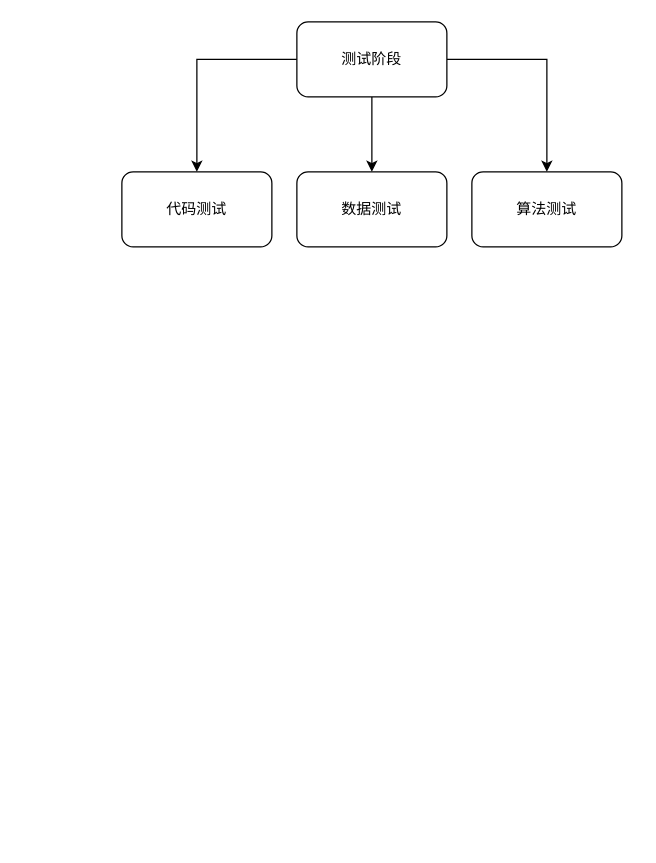
Earlier version of the draw.io diagram 惠工云.drawio (zhanghuangkai/zhk-1999). Source tidied: cells renumbered, new cells numbered last; positions are measured from the earlier drawing's top-left corner, leaving out a move shared by most shapes. Both pictures are drawn from the tidied source at 125%, with x=0, y=0 at pixel (121, 21).
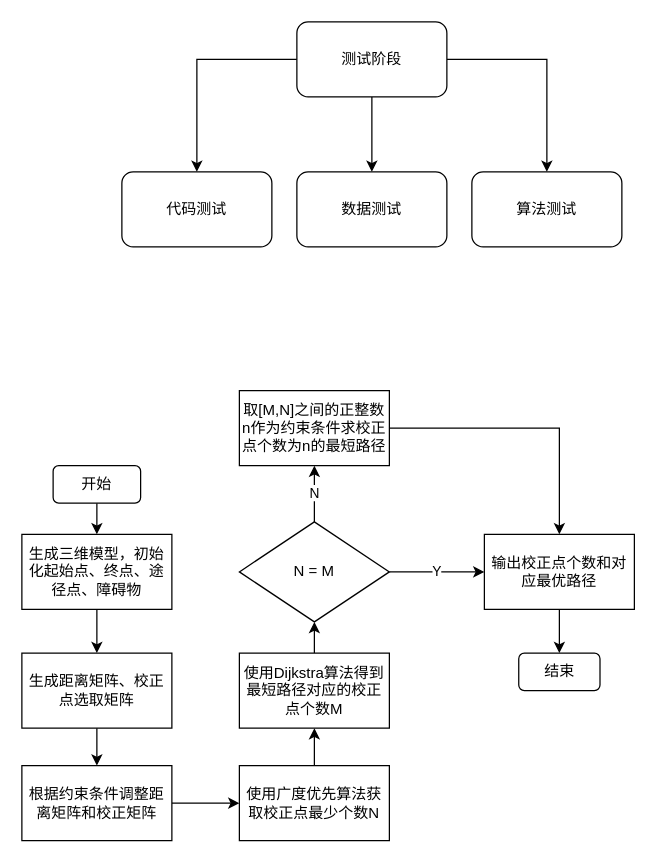
Above is the later version.

Commit message (it also covers changes not shown here):
更新惠工云.drawio

Diff of the diagram source:
```diff
@@
+    <mxCell id="9" style="edgeStyle=orthogonalEdgeStyle;rounded=0;jettySize=auto;html=1;entryX=0.5;entryY=0;entryDx=0;entryDy=0;" parent="1" edge="1" source="10" target="12">
+      <mxGeometry relative="1" as="geometry" />
+    </mxCell>
+    <mxCell id="10" value="开始" style="rounded=1;whiteSpace=wrap;html=1;" parent="1" vertex="1">
+      <mxGeometry x="-55" y="355" width="70" height="30" as="geometry" />
+    </mxCell>
+    <mxCell id="11" style="edgeStyle=orthogonalEdgeStyle;rounded=0;jettySize=auto;html=1;entryX=0.5;entryY=0;entryDx=0;entryDy=0;" parent="1" edge="1" source="12" target="14">
+      <mxGeometry relative="1" as="geometry" />
+    </mxCell>
+    <mxCell id="12" value="生成三维模型，初始化起始点、终点、途径点、障碍物" style="rounded=0;whiteSpace=wrap;html=1;" parent="1" vertex="1">
+      <mxGeometry x="-80" y="410" width="120" height="60" as="geometry" />
+    </mxCell>
+    <mxCell id="13" style="edgeStyle=orthogonalEdgeStyle;rounded=0;jettySize=auto;html=1;entryX=0.5;entryY=0;entryDx=0;entryDy=0;" parent="1" edge="1" source="14" target="16">
+      <mxGeometry relative="1" as="geometry" />
+    </mxCell>
+    <mxCell id="14" value="生成距离矩阵、校正点选取矩阵" style="rounded=0;whiteSpace=wrap;html=1;" parent="1" vertex="1">
+      <mxGeometry x="-80" y="505" width="120" height="60" as="geometry" />
+    </mxCell>
+    <mxCell id="15" style="edgeStyle=orthogonalEdgeStyle;rounded=0;jettySize=auto;html=1;entryX=0;entryY=0.5;entryDx=0;entryDy=0;" parent="1" edge="1" source="16" target="18">
+      <mxGeometry relative="1" as="geometry" />
+    </mxCell>
+    <mxCell id="16" value="根据约束条件调整距离矩阵和校正矩阵" style="rounded=0;whiteSpace=wrap;html=1;" parent="1" vertex="1">
+      <mxGeometry x="-80" y="595" width="120" height="60" as="geometry" />
+    </mxCell>
+    <mxCell id="17" style="edgeStyle=orthogonalEdgeStyle;rounded=0;jettySize=auto;html=1;entryX=0.5;entryY=1;entryDx=0;entryDy=0;" parent="1" edge="1" source="18" target="20">
+      <mxGeometry relative="1" as="geometry" />
+    </mxCell>
+    <mxCell id="18" value="使用广度优先算法获取校正点最少个数N" style="rounded=0;whiteSpace=wrap;html=1;" parent="1" vertex="1">
+      <mxGeometry x="94" y="595" width="120" height="60" as="geometry" />
+    </mxCell>
+    <mxCell id="19" style="edgeStyle=orthogonalEdgeStyle;rounded=0;jettySize=auto;html=1;entryX=0.5;entryY=1;entryDx=0;entryDy=0;" parent="1" edge="1" source="20" target="23">
+      <mxGeometry relative="1" as="geometry" />
+    </mxCell>
+    <mxCell id="20" value="使用Dijkstra算法得到最短路径对应的校正点个数M" style="rounded=0;whiteSpace=wrap;html=1;" parent="1" vertex="1">
+      <mxGeometry x="94" y="505" width="120" height="60" as="geometry" />
+    </mxCell>
+    <mxCell id="21" value="Y" style="edgeStyle=orthogonalEdgeStyle;rounded=0;jettySize=auto;html=1;entryX=0;entryY=0.5;entryDx=0;entryDy=0;" parent="1" edge="1" source="23" target="25">
+      <mxGeometry relative="1" as="geometry" />
+    </mxCell>
+    <mxCell id="22" value="N" style="edgeStyle=orthogonalEdgeStyle;rounded=0;jettySize=auto;html=1;entryX=0.5;entryY=1;entryDx=0;entryDy=0;" parent="1" edge="1" source="23" target="27">
+      <mxGeometry relative="1" as="geometry">
+        <Array as="points">
+          <mxPoint x="154" y="390" />
+          <mxPoint x="154" y="390" />
+        </Array>
+      </mxGeometry>
+    </mxCell>
+    <mxCell id="23" value="N = M" style="rhombus;whiteSpace=wrap;html=1;" parent="1" vertex="1">
+      <mxGeometry x="94" y="400" width="120" height="80" as="geometry" />
+    </mxCell>
+    <mxCell id="24" style="edgeStyle=orthogonalEdgeStyle;rounded=0;jettySize=auto;html=1;entryX=0.5;entryY=0;entryDx=0;entryDy=0;" parent="1" edge="1" source="25" target="28">
+      <mxGeometry relative="1" as="geometry" />
+    </mxCell>
+    <mxCell id="25" value="输出校正点个数和对应最优路径" style="rounded=0;whiteSpace=wrap;html=1;" parent="1" vertex="1">
+      <mxGeometry x="290" y="410" width="120" height="60" as="geometry" />
+    </mxCell>
+    <mxCell id="26" style="edgeStyle=orthogonalEdgeStyle;rounded=0;jettySize=auto;html=1;entryX=0.5;entryY=0;entryDx=0;entryDy=0;" parent="1" edge="1" source="27" target="25">
+      <mxGeometry relative="1" as="geometry" />
+    </mxCell>
+    <mxCell id="27" value="取[M,N]之间的正整数n作为约束条件求校正点个数为n的最短路径" style="rounded=0;whiteSpace=wrap;html=1;" parent="1" vertex="1">
+      <mxGeometry x="94" y="295" width="120" height="60" as="geometry" />
+    </mxCell>
+    <mxCell id="28" value="结束" style="rounded=1;whiteSpace=wrap;html=1;" parent="1" vertex="1">
+      <mxGeometry x="317.5" y="505" width="65" height="30" as="geometry" />
+    </mxCell>
```
